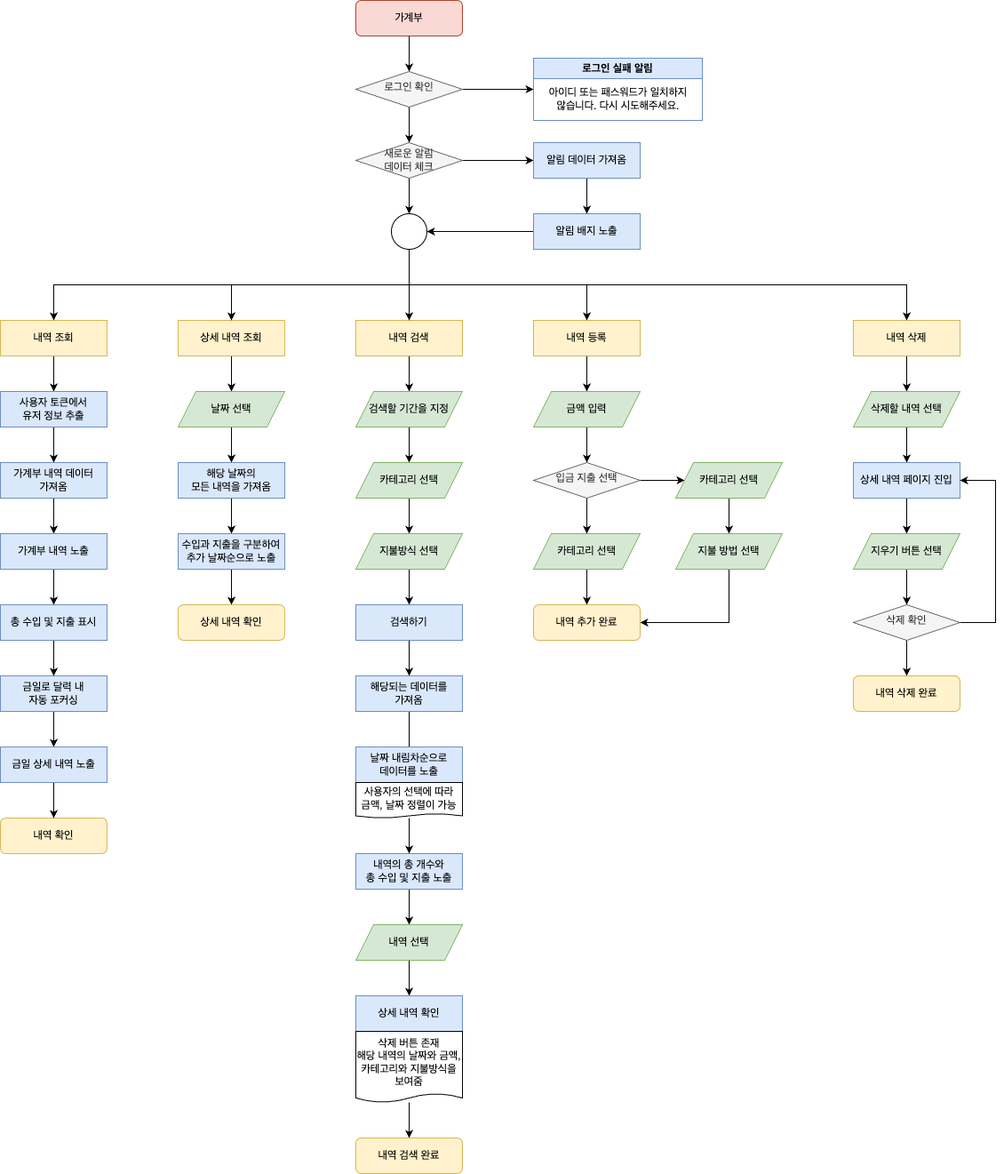
Before: 가계부_FC.png, a diagram exported from draw.io (oka3ri/we-check-money). Source tidied: cells renumbered, new cells last; positions are measured from the earlier drawing's top-left corner, leaving out a move shared by most shapes.
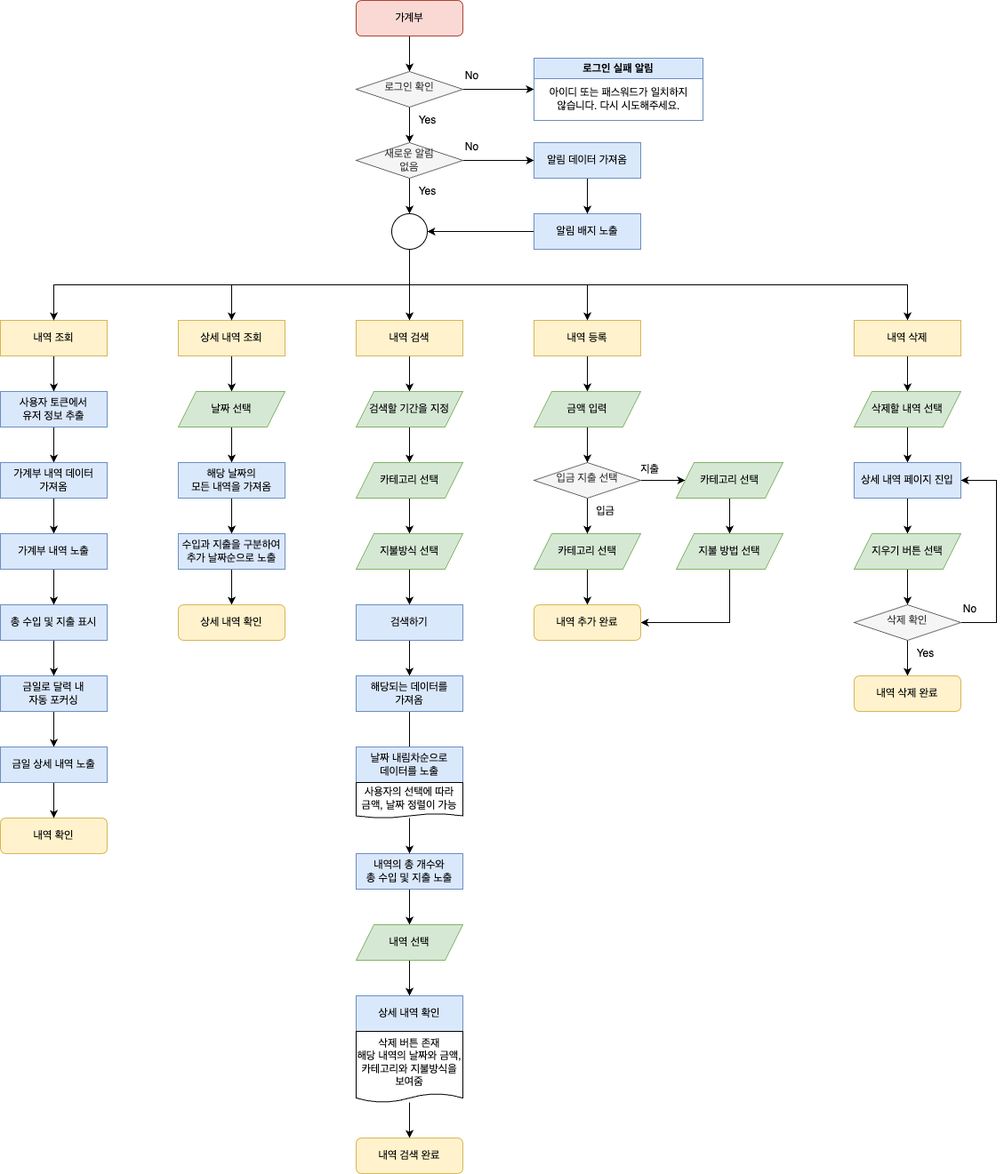
After the change.

Commit message:
add decision text of 가계부 flow chart

Change to the diagram source:
```diff
@@ -126,7 +126,7 @@
     <mxCell id="34" style="edgeStyle=orthogonalEdgeStyle;rounded=0;jettySize=auto;html=1;entryX=0.5;entryY=0;entryDx=0;entryDy=0;" parent="1" edge="1" source="35" target="22">
       <mxGeometry relative="1" as="geometry" />
     </mxCell>
-    <mxCell id="35" value="새로운 알림&lt;br&gt;데이터 체크" style="rhombus;whiteSpace=wrap;html=1;fillColor=#f5f5f5;fontColor=#333333;strokeColor=#666666;" parent="1" vertex="1">
+    <mxCell id="35" value="새로운 알림&lt;br&gt;없음" style="rhombus;whiteSpace=wrap;html=1;fillColor=#f5f5f5;fontColor=#333333;strokeColor=#666666;" parent="1" vertex="1">
       <mxGeometry x="400" y="160" width="120" height="40" as="geometry" />
     </mxCell>
     <mxCell id="36" style="edgeStyle=orthogonalEdgeStyle;rounded=0;jettySize=auto;html=1;" parent="1" edge="1" source="37" target="32">
@@ -311,5 +311,29 @@
     <mxCell id="94" value="내역 삭제 완료" style="rounded=1;whiteSpace=wrap;html=1;fillColor=#fff2cc;strokeColor=#d6b656;" parent="1" vertex="1">
       <mxGeometry x="960" y="760" width="120" height="40" as="geometry" />
     </mxCell>
+    <mxCell id="95" value="No" style="text;html=1;align=center;verticalAlign=middle;strokeColor=none;fillColor=none;" parent="1" vertex="1">
+      <mxGeometry x="510" y="70" width="40" height="30" as="geometry" />
+    </mxCell>
+    <mxCell id="96" value="No" style="text;html=1;align=center;verticalAlign=middle;strokeColor=none;fillColor=none;" parent="1" vertex="1">
+      <mxGeometry x="510" y="150" width="40" height="30" as="geometry" />
+    </mxCell>
+    <mxCell id="97" value="Yes" style="text;html=1;align=center;verticalAlign=middle;strokeColor=none;fillColor=none;" parent="1" vertex="1">
+      <mxGeometry x="460" y="120" width="40" height="30" as="geometry" />
+    </mxCell>
+    <mxCell id="98" value="Yes" style="text;html=1;align=center;verticalAlign=middle;strokeColor=none;fillColor=none;" parent="1" vertex="1">
+      <mxGeometry x="460" y="200" width="40" height="30" as="geometry" />
+    </mxCell>
+    <mxCell id="99" value="지출" style="text;html=1;align=center;verticalAlign=middle;strokeColor=none;fillColor=none;" parent="1" vertex="1">
+      <mxGeometry x="710" y="513" width="40" height="30" as="geometry" />
+    </mxCell>
+    <mxCell id="100" value="입금" style="text;html=1;align=center;verticalAlign=middle;strokeColor=none;fillColor=none;" parent="1" vertex="1">
+      <mxGeometry x="660" y="560" width="40" height="30" as="geometry" />
+    </mxCell>
+    <mxCell id="101" value="No" style="text;html=1;align=center;verticalAlign=middle;strokeColor=none;fillColor=none;" parent="1" vertex="1">
+      <mxGeometry x="1070" y="670" width="40" height="30" as="geometry" />
+    </mxCell>
+    <mxCell id="102" value="Yes" style="text;html=1;align=center;verticalAlign=middle;strokeColor=none;fillColor=none;" parent="1" vertex="1">
+      <mxGeometry x="1020" y="720" width="40" height="30" as="geometry" />
+    </mxCell>
   </root>
 </mxGraphModel>
```
